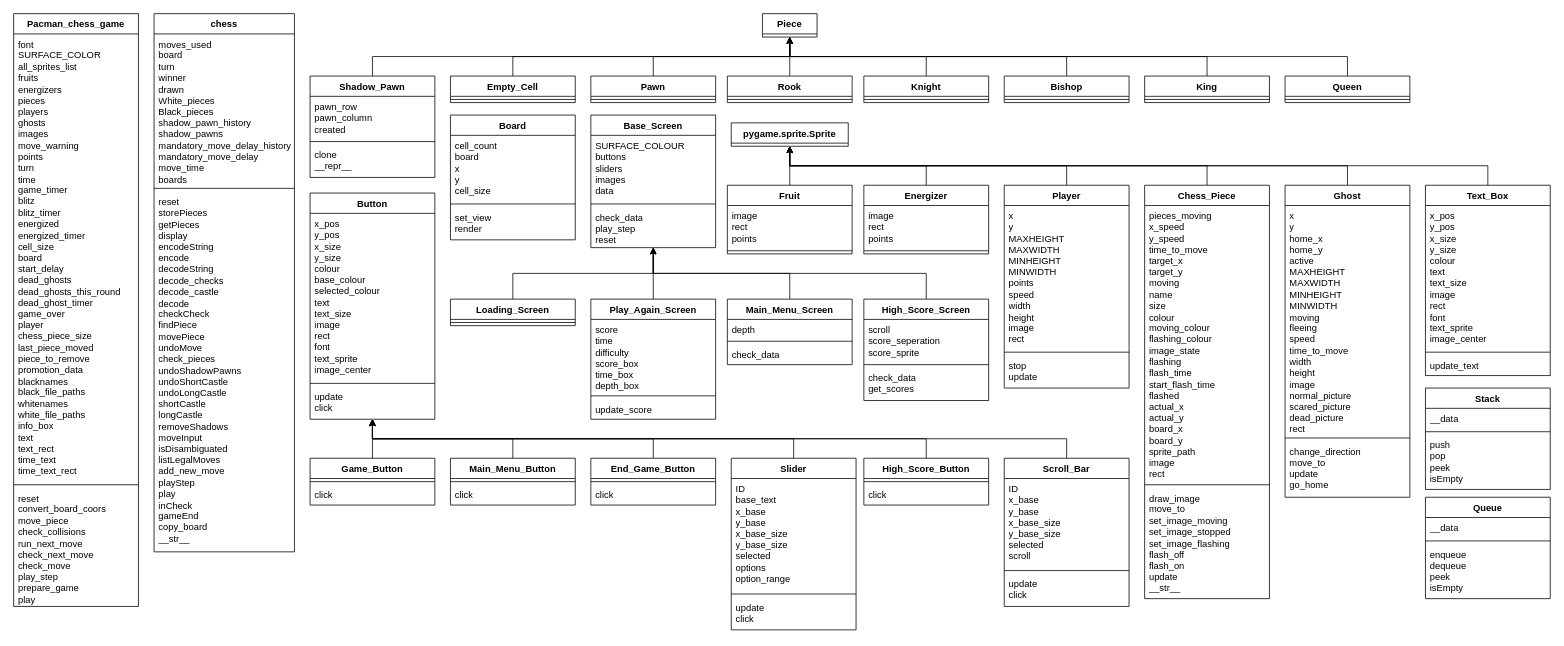
Before: NEA_UML_With_Data_Shown.drawio in daniel473473/chess_NEA_current, a draw.io diagram. Source tidied: cells renumbered, new cells numbered last; positions are measured from the earlier drawing's top-left corner, leaving out a move shared by most shapes. Both pictures are drawn from the tidied source at 78%, with x=0, y=0 at pixel (13, 13).
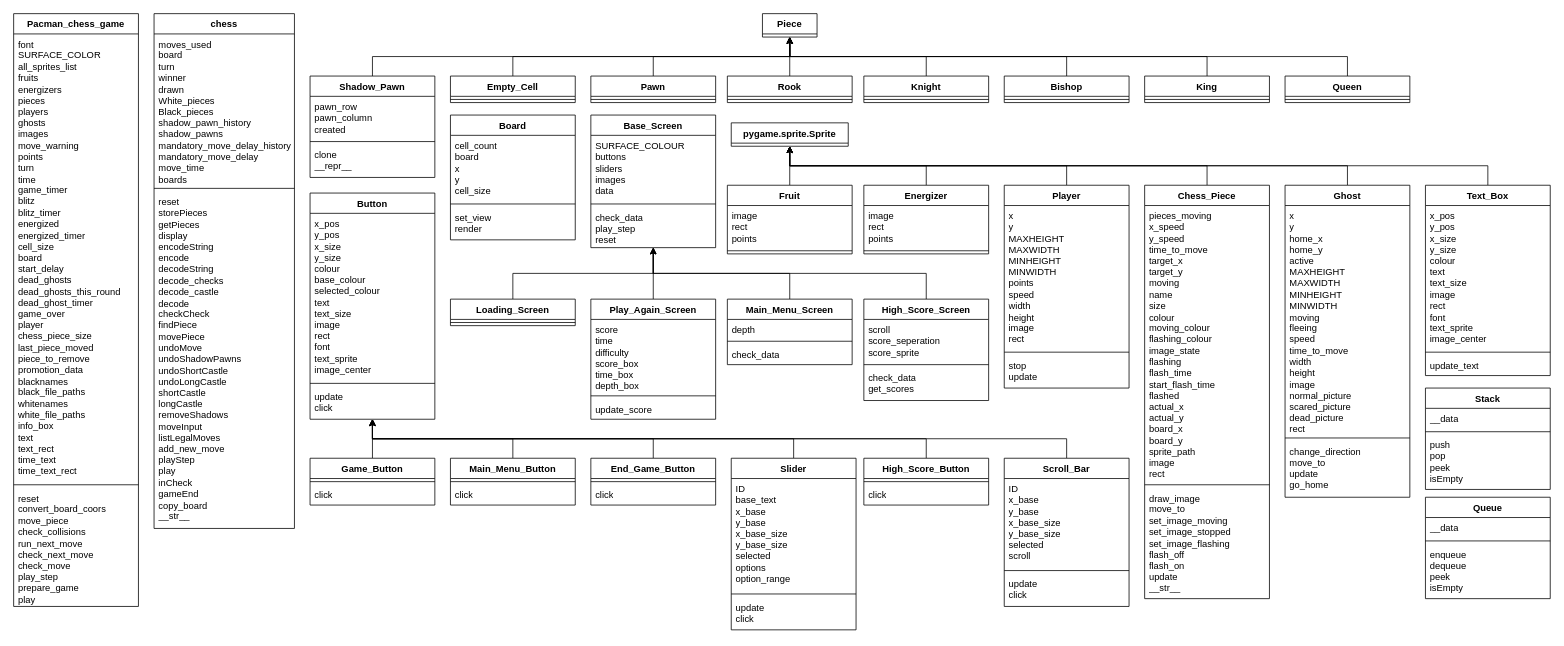
Above is the later version.

What changed in the source:
```diff
@@
     <mxCell id="7" value="chess" style="swimlane;fontStyle=1;align=center;verticalAlign=top;horizontal=1;startSize=26;whiteSpace=wrap;html=1;" parent="1" vertex="1">
-      <mxGeometry x="180" width="180" height="690" as="geometry" />
+      <mxGeometry x="180" width="180" height="660" as="geometry" />
     </mxCell>
@@
-    <mxCell id="10" value="&lt;div&gt;reset&lt;/div&gt;&lt;div&gt;storePieces&lt;/div&gt;&lt;div&gt;getPieces&lt;/div&gt;&lt;div&gt;display&lt;/div&gt;&lt;div&gt;encodeString&lt;/div&gt;&lt;div&gt;encode&lt;/div&gt;&lt;div&gt;decodeString&lt;/div&gt;&lt;div&gt;decode_checks&lt;/div&gt;&lt;div&gt;decode_castle&lt;/div&gt;&lt;div&gt;decode&lt;/div&gt;&lt;div&gt;checkCheck&lt;/div&gt;&lt;div&gt;findPiece&lt;/div&gt;&lt;div&gt;movePiece&lt;/div&gt;&lt;div&gt;undoMove&lt;/div&gt;&lt;div&gt;check_pieces&lt;/div&gt;&lt;div&gt;undoShadowPawns&lt;/div&gt;&lt;div&gt;undoShortCastle&lt;/div&gt;&lt;div&gt;undoLongCastle&lt;/div&gt;&lt;div&gt;shortCastle&lt;/div&gt;&lt;div&gt;longCastle&lt;/div&gt;&lt;div&gt;removeShadows&lt;/div&gt;&lt;div&gt;moveInput&lt;/div&gt;&lt;div&gt;isDisambiguated&lt;/div&gt;&lt;div&gt;listLegalMoves&lt;/div&gt;&lt;div&gt;add_new_move&lt;/div&gt;&lt;div&gt;playStep&lt;/div&gt;&lt;div&gt;play&lt;/div&gt;&lt;div&gt;inCheck&lt;/div&gt;&lt;div&gt;gameEnd&lt;/div&gt;&lt;div&gt;copy_board&lt;/div&gt;&lt;div&gt;__str__&lt;/div&gt;" style="text;strokeColor=none;fillColor=none;align=left;verticalAlign=top;spacingLeft=4;spacingRight=4;overflow=hidden;whiteSpace=wrap;html=1;" parent="7" vertex="1">
-      <mxGeometry y="228" width="180" height="462" as="geometry" />
+    <mxCell id="10" value="&lt;div&gt;reset&lt;/div&gt;&lt;div&gt;storePieces&lt;/div&gt;&lt;div&gt;getPieces&lt;/div&gt;&lt;div&gt;display&lt;/div&gt;&lt;div&gt;encodeString&lt;/div&gt;&lt;div&gt;encode&lt;/div&gt;&lt;div&gt;decodeString&lt;/div&gt;&lt;div&gt;decode_checks&lt;/div&gt;&lt;div&gt;decode_castle&lt;/div&gt;&lt;div&gt;decode&lt;/div&gt;&lt;div&gt;checkCheck&lt;/div&gt;&lt;div&gt;findPiece&lt;/div&gt;&lt;div&gt;movePiece&lt;/div&gt;&lt;div&gt;undoMove&lt;/div&gt;&lt;div&gt;undoShadowPawns&lt;/div&gt;&lt;div&gt;undoShortCastle&lt;/div&gt;&lt;div&gt;undoLongCastle&lt;/div&gt;&lt;div&gt;shortCastle&lt;/div&gt;&lt;div&gt;longCastle&lt;/div&gt;&lt;div&gt;removeShadows&lt;/div&gt;&lt;div&gt;moveInput&lt;/div&gt;&lt;div&gt;listLegalMoves&lt;/div&gt;&lt;div&gt;add_new_move&lt;/div&gt;&lt;div&gt;playStep&lt;/div&gt;&lt;div&gt;play&lt;/div&gt;&lt;div&gt;inCheck&lt;/div&gt;&lt;div&gt;gameEnd&lt;/div&gt;&lt;div&gt;copy_board&lt;/div&gt;&lt;div&gt;__str__&lt;/div&gt;" style="text;strokeColor=none;fillColor=none;align=left;verticalAlign=top;spacingLeft=4;spacingRight=4;overflow=hidden;whiteSpace=wrap;html=1;" parent="7" vertex="1">
+      <mxGeometry y="228" width="180" height="432" as="geometry" />
     </mxCell>
```
